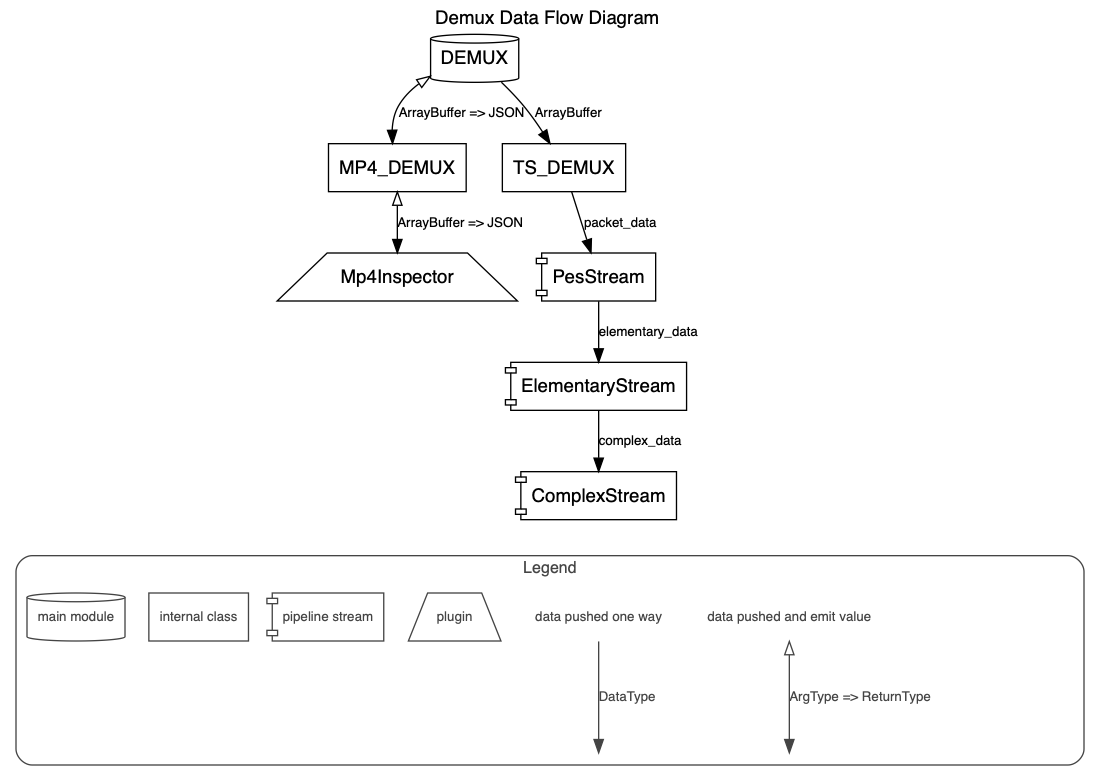
goldvideo/demuxer keeps this Graphviz diagram as doc/design/dataflow.gv.png. Above is the earlier version. Its source is kept beside it as doc/design/dataflow.gv. Its diagram source:
```dot


digraph demux {
    label = <<u>Demux Data Flow Diagram</u> <br/>>
    labelloc = t

    graph [fontname = "helvetica"];
    node [fontname = "helvetica", shape = rectangle]
    edge [fontname = "helvetica", fontsize = 10]

    DEMUX [label = "DEMUX" shape = cylinder]
    MP4_DEMUX [shape = rectangle]
    TS_DEMUX [shape = rectangle]

    PesStream   [shape = component]
    ElementaryStream  [shape = component]
    ComplexStream  [shape = component]
    Mp4Inspector  [shape = trapezium]

    ####################################################################################################
    DEMUX -> MP4_DEMUX [label = "ArrayBuffer => JSON" dir = both arrowtail = onormal]
    DEMUX -> TS_DEMUX [label = "ArrayBuffer"]

    MP4_DEMUX -> Mp4Inspector [label = "ArrayBuffer => JSON" dir = both arrowtail = onormal]

    TS_DEMUX -> PesStream [label = "packet_data"]
    PesStream -> ElementaryStream [label = "elementary_data"]
    ElementaryStream -> ComplexStream [label = "complex_data"]



    subgraph cluster_legend {
        style = rounded
        color = "#444444"
        label = <<u>Legend</u>>
        fontsize = 12
        fontcolor = "#444444"

        node [shape = plaintext color = "#444444" fontsize = 10 fontcolor = "#444444"]
        edge [color = "#444444" fontcolor = "#444444"]

        blank1 [label = "" fixedsize = true height = 0]
        blank2 [label = "" fixedsize = true height = 0]
        blank3 [label = "" fixedsize = true height = 0]
        blank4 [label = "" fixedsize = true height = 0]

        "data pushed and emit value" -> blank2 [dir = both arrowtail = onormal label = "ArgType => ReturnType"]
        "data pushed one way" -> blank1 [label = "DataType"]

        "plugin" [shape = trapezium]
        "pipeline stream" [shape = component]
        "internal class" [shape = rectangle]
        "main module" [shape = cylinder]
    }

    # Hack to move the legend beneath the main graph:
    ComplexStream -> "data pushed one way" [style = invisible arrowhead = none]
}
```
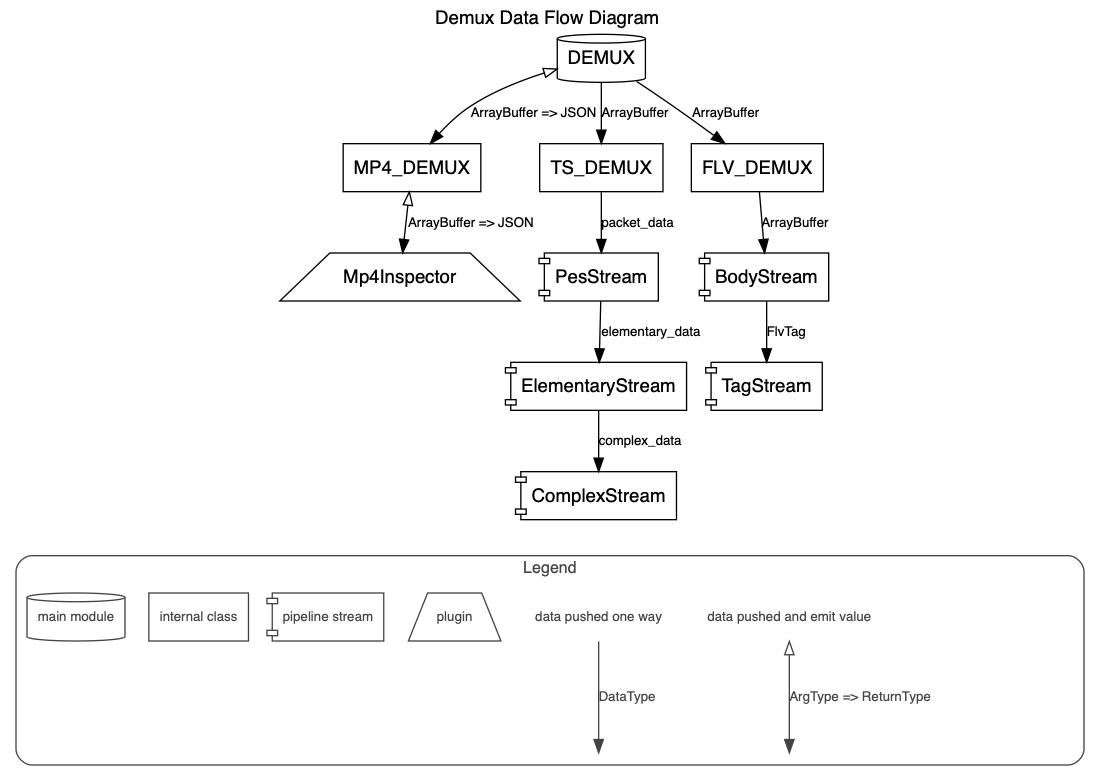
The same file after the commit.

Commit message:
docs: ✏️ update data flow diagram & example document

What changed in the source:
```diff
@@ -11,23 +11,38 @@
     DEMUX [label = "DEMUX" shape = cylinder]
     MP4_DEMUX [shape = rectangle]
     TS_DEMUX [shape = rectangle]
+    FLV_DEMUX [shape = rectangle]
 
+    ## TS
     PesStream   [shape = component]
     ElementaryStream  [shape = component]
     ComplexStream  [shape = component]
+
+    ## MP4
     Mp4Inspector  [shape = trapezium]
+
+    ## FLV
+    BodyStream  [shape = component]
+    TagStream  [shape = component]
+
+
 
     ####################################################################################################
     DEMUX -> MP4_DEMUX [label = "ArrayBuffer => JSON" dir = both arrowtail = onormal]
     DEMUX -> TS_DEMUX [label = "ArrayBuffer"]
+    DEMUX -> FLV_DEMUX [label = "ArrayBuffer"]
 
-    MP4_DEMUX -> Mp4Inspector [label = "ArrayBuffer => JSON" dir = both arrowtail = onormal]
-
+    ## TS
     TS_DEMUX -> PesStream [label = "packet_data"]
     PesStream -> ElementaryStream [label = "elementary_data"]
     ElementaryStream -> ComplexStream [label = "complex_data"]
 
+    ## MP4
+    MP4_DEMUX -> Mp4Inspector [label = "ArrayBuffer => JSON" dir = both arrowtail = onormal]
 
+    ## FLV
+    FLV_DEMUX -> BodyStream [label = "ArrayBuffer"]
+    BodyStream -> TagStream [label = "FlvTag"]
 
     subgraph cluster_legend {
         style = rounded
```
